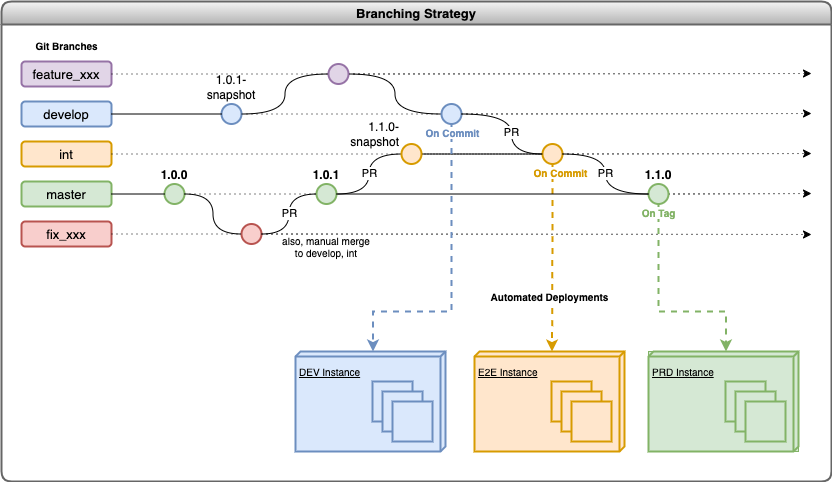
This is docs/diagrams/branches_and_deployment.png from heremaps/naksha, a draw.io export, as it was before one commit. Source tidied: cells renumbered, new cells last; positions are measured from the earlier drawing's top-left corner, leaving out a move shared by most shapes.
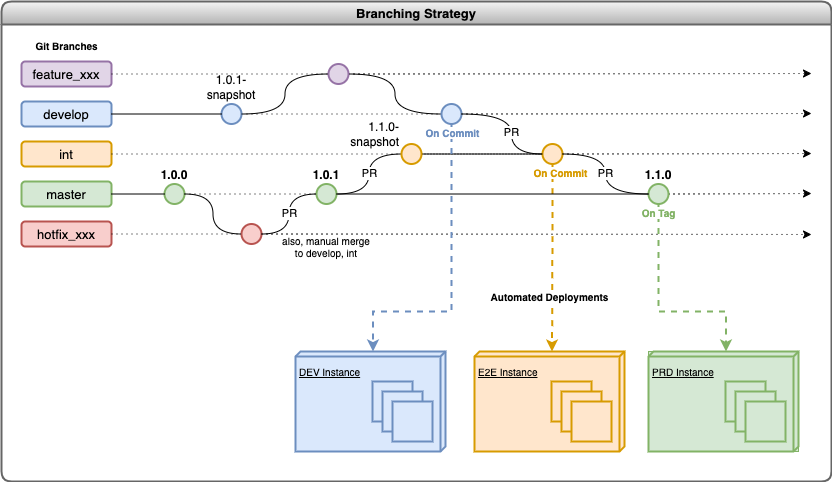
After the change.

The edit, as a diff of the source:
```diff
@@ -79,7 +79,7 @@
     <mxCell id="24" style="html=1;verticalAlign=bottom;endArrow=none;rounded=0;fontSize=11;labelBackgroundColor=none;strokeColor=default;strokeWidth=1;endFill=1;exitX=1;exitY=0.5;exitDx=0;exitDy=0;startArrow=none;" parent="2" edge="1" source="31" target="23">
       <mxGeometry x="0.04" relative="1" as="geometry" />
     </mxCell>
-    <mxCell id="25" value="fix_xxx" style="rounded=1;whiteSpace=wrap;html=1;shadow=0;sketch=0;fontSize=13;strokeColor=#b85450;strokeWidth=2;fillColor=#f8cecc;" parent="2" vertex="1">
+    <mxCell id="25" value="hotfix_xxx" style="rounded=1;whiteSpace=wrap;html=1;shadow=0;sketch=0;fontSize=13;strokeColor=#b85450;strokeWidth=2;fillColor=#f8cecc;" parent="2" vertex="1">
       <mxGeometry x="20" y="220" width="90" height="25" as="geometry" />
     </mxCell>
     <mxCell id="26" style="html=1;verticalAlign=bottom;endArrow=classic;rounded=0;fontSize=11;labelBackgroundColor=none;strokeColor=default;strokeWidth=1;endFill=1;exitX=1;exitY=0.5;exitDx=0;exitDy=0;dashed=1;dashPattern=1 4;startArrow=none;" parent="2" edge="1" source="29">
```
